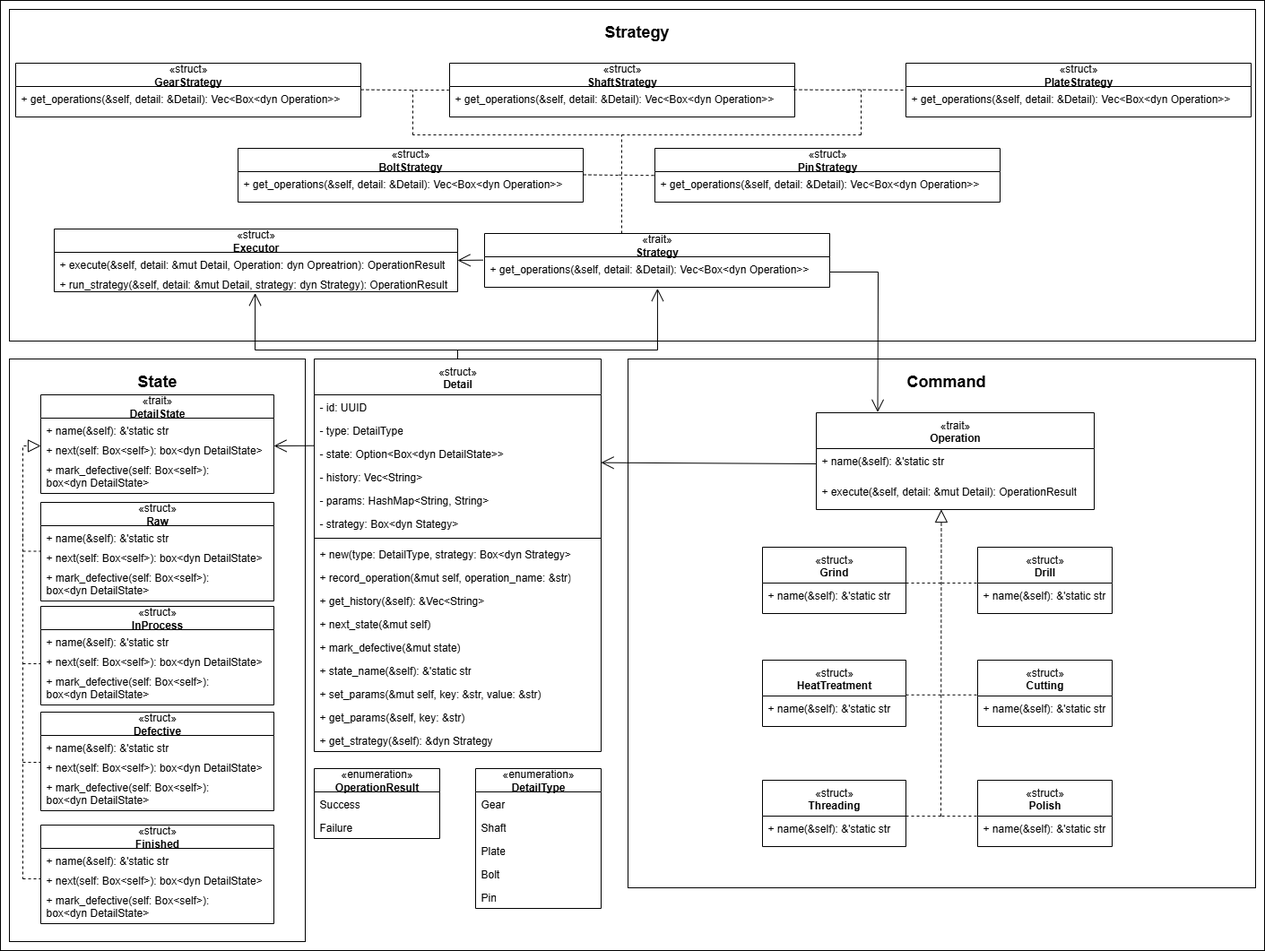
SasunHuevich/lab-manufacturing-workflow keeps this draw.io diagram as docs/uml.png. Above is the earlier version. Source tidied: cells renumbered, new cells last; positions are measured from the earlier drawing's top-left corner, leaving out a move shared by most shapes.
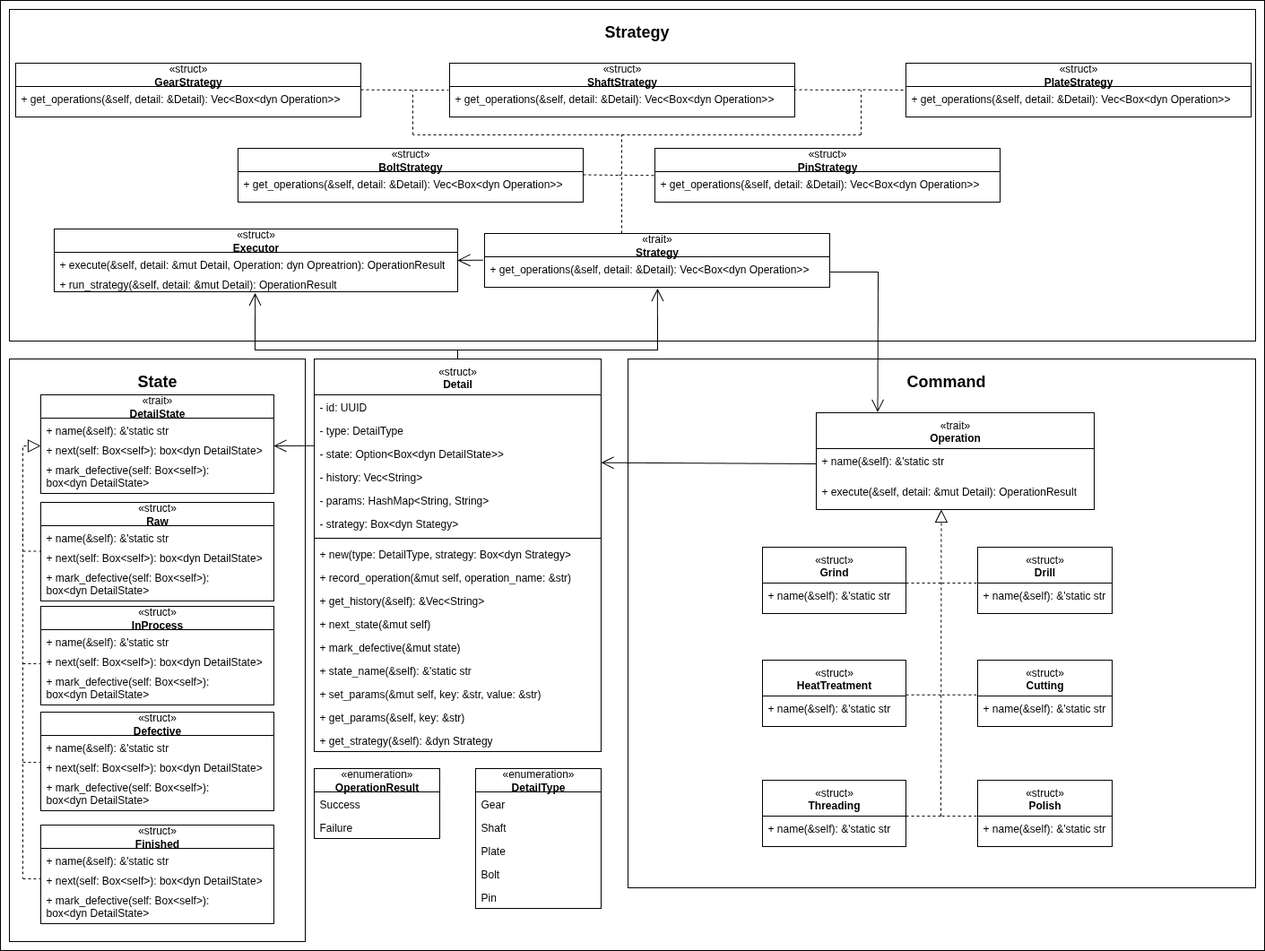
The same diagram one commit later.

Change to the diagram source:
```diff
@@ -274,7 +274,7 @@
     <mxCell id="75" value="+ execute(&amp;amp;self, detail: &amp;amp;mut Detail, Operation: dyn Opreatrion): OperationResult" style="text;strokeColor=none;fillColor=none;align=left;verticalAlign=top;spacingLeft=4;spacingRight=4;overflow=hidden;whiteSpace=wrap;html=1;" parent="74" vertex="1">
       <mxGeometry y="26" width="450" height="22" as="geometry" />
     </mxCell>
-    <mxCell id="76" value="+ run_strategy(&amp;amp;self, detail: &amp;amp;mut Detail, strategy: dyn Strategy): OperationResult" style="text;strokeColor=none;fillColor=none;align=left;verticalAlign=top;spacingLeft=4;spacingRight=4;overflow=hidden;points=[[0,0.5],[1,0.5]];portConstraint=eastwest;whiteSpace=wrap;html=1;" parent="74" vertex="1">
+    <mxCell id="76" value="+ run_strategy(&amp;amp;self, detail: &amp;amp;mut Detail): OperationResult" style="text;strokeColor=none;fillColor=none;align=left;verticalAlign=top;spacingLeft=4;spacingRight=4;overflow=hidden;points=[[0,0.5],[1,0.5]];portConstraint=eastwest;whiteSpace=wrap;html=1;" parent="74" vertex="1">
       <mxGeometry y="48" width="450" height="22" as="geometry" />
     </mxCell>
     <mxCell id="77" style="endArrow=open;endFill=1;endSize=12;html=1;rounded=0;exitX=0.5;exitY=0;exitDx=0;exitDy=0;entryX=0.501;entryY=1.042;entryDx=0;entryDy=0;entryPerimeter=0;" parent="1" edge="1" source="55" target="73">
```
